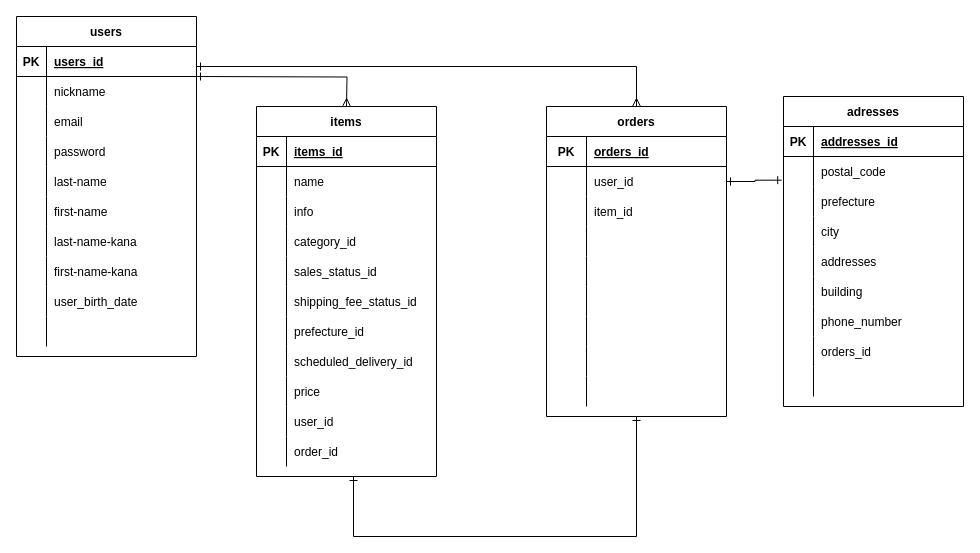
Earlier version of the draw.io diagram config/furima.dio (izmzmzmi/furima-kagawa2021-egsb). Source tidied: cells renumbered, new cells numbered last; positions are measured from the earlier drawing's top-left corner, leaving out a move shared by most shapes. Both pictures are drawn from the tidied source at 100%, with x=0, y=0 at pixel (16, 16).
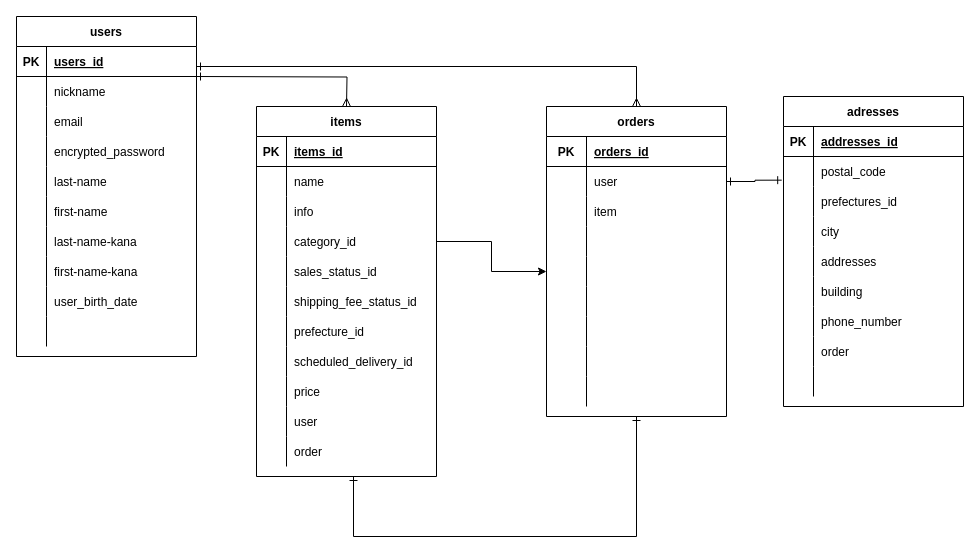
The same page after the edit.

Unchanged cells that the change refers to:
```xml
<mxCell id="6" style="shape=partialRectangle;fillColor=none;top=0;left=0;bottom=0;right=0;points=[[0,0.5],[1,0.5]];portConstraint=eastwest;" parent="2" vertex="1">
  <mxGeometry y="60" width="180" height="30" as="geometry" />
</mxCell>
<mxCell id="9" style="shape=partialRectangle;fillColor=none;top=0;left=0;bottom=0;right=0;" parent="2" vertex="1">
  <mxGeometry y="90" width="180" height="30" as="geometry" />
</mxCell>
<mxCell id="15" style="shape=partialRectangle;fillColor=none;top=0;left=0;bottom=0;right=0;points=[[0,0.5],[1,0.5]];portConstraint=eastwest;" parent="2" vertex="1">
  <mxGeometry y="150" width="180" height="30" as="geometry" />
</mxCell>
<mxCell id="40" style="shape=partialRectangle;fillColor=none;top=0;left=0;bottom=0;right=0;points=[[0,0.5],[1,0.5]];portConstraint=eastwest;" parent="30" vertex="1">
  <mxGeometry y="120" width="180" height="30" as="geometry" />
</mxCell>
<mxCell id="58" style="shape=partialRectangle;fillColor=none;top=0;left=0;bottom=0;right=0;" parent="30" vertex="1">
  <mxGeometry y="300" width="180" height="30" as="geometry" />
</mxCell>
<mxCell id="61" style="shape=partialRectangle;fillColor=none;top=0;left=0;bottom=0;right=0;" parent="30" vertex="1">
  <mxGeometry y="330" width="180" height="30" as="geometry" />
</mxCell>
<mxCell id="77" style="shape=partialRectangle;fillColor=none;top=0;left=0;bottom=0;right=0;" parent="67" vertex="1">
  <mxGeometry y="120" width="180" height="30" as="geometry" />
</mxCell>
<mxCell id="105" style="shape=partialRectangle;fillColor=none;top=0;left=0;bottom=0;right=0;" parent="98" vertex="1">
  <mxGeometry y="90" width="180" height="30" as="geometry" />
</mxCell>
<mxCell id="120" style="shape=partialRectangle;fillColor=none;top=0;left=0;bottom=0;right=0;" parent="98" vertex="1">
  <mxGeometry y="240" width="180" height="30" as="geometry" />
</mxCell>
```

The edit, as a diff of the source:
```diff
@@
-    <mxCell id="8" value="user_id" style="shape=partialRectangle;fillColor=none;top=0;left=0;bottom=0;right=0;align=left;spacingLeft=6;overflow=hidden;" parent="6" vertex="1">
+    <mxCell id="8" value="user" style="shape=partialRectangle;fillColor=none;top=0;left=0;bottom=0;right=0;align=left;spacingLeft=6;overflow=hidden;" parent="6" vertex="1">
       <mxGeometry x="40" width="140" height="30" as="geometry" />
     </mxCell>
@@
-    <mxCell id="11" value="item_id" style="shape=partialRectangle;fillColor=none;top=0;left=0;bottom=0;right=0;align=left;spacingLeft=6;overflow=hidden;" parent="9" vertex="1">
+    <mxCell id="11" value="item" style="shape=partialRectangle;fillColor=none;top=0;left=0;bottom=0;right=0;align=left;spacingLeft=6;overflow=hidden;" parent="9" vertex="1">
       <mxGeometry x="40" width="140" height="30" as="geometry" />
     </mxCell>
@@
-    <mxCell id="60" value="user_id" style="shape=partialRectangle;fillColor=none;top=0;left=0;bottom=0;right=0;align=left;spacingLeft=6;overflow=hidden;" parent="58" vertex="1">
+    <mxCell id="60" value="user" style="shape=partialRectangle;fillColor=none;top=0;left=0;bottom=0;right=0;align=left;spacingLeft=6;overflow=hidden;" parent="58" vertex="1">
       <mxGeometry x="30" width="150" height="30" as="geometry" />
     </mxCell>
@@
-    <mxCell id="63" value="order_id" style="shape=partialRectangle;fillColor=none;top=0;left=0;bottom=0;right=0;align=left;spacingLeft=6;overflow=hidden;" parent="61" vertex="1">
+    <mxCell id="63" value="order" style="shape=partialRectangle;fillColor=none;top=0;left=0;bottom=0;right=0;align=left;spacingLeft=6;overflow=hidden;" parent="61" vertex="1">
       <mxGeometry x="30" width="150" height="30" as="geometry" />
     </mxCell>
@@
-    <mxCell id="79" value="password" style="shape=partialRectangle;fillColor=none;top=0;left=0;bottom=0;right=0;align=left;spacingLeft=6;overflow=hidden;" parent="77" vertex="1">
+    <mxCell id="79" value="encrypted_password" style="shape=partialRectangle;fillColor=none;top=0;left=0;bottom=0;right=0;align=left;spacingLeft=6;overflow=hidden;" parent="77" vertex="1">
       <mxGeometry x="30" width="150" height="30" as="geometry" />
     </mxCell>
@@
-    <mxCell id="107" value="prefecture" style="shape=partialRectangle;fillColor=none;top=0;left=0;bottom=0;right=0;align=left;spacingLeft=6;overflow=hidden;" parent="105" vertex="1">
+    <mxCell id="107" value="prefectures_id" style="shape=partialRectangle;fillColor=none;top=0;left=0;bottom=0;right=0;align=left;spacingLeft=6;overflow=hidden;" parent="105" vertex="1">
       <mxGeometry x="30" width="150" height="30" as="geometry" />
     </mxCell>
@@
-    <mxCell id="122" value="orders_id" style="shape=partialRectangle;fillColor=none;top=0;left=0;bottom=0;right=0;align=left;spacingLeft=6;overflow=hidden;" parent="120" vertex="1">
+    <mxCell id="122" value="order" style="shape=partialRectangle;fillColor=none;top=0;left=0;bottom=0;right=0;align=left;spacingLeft=6;overflow=hidden;" parent="120" vertex="1">
       <mxGeometry x="30" width="150" height="30" as="geometry" />
     </mxCell>
@@
+    <mxCell id="127" style="edgeStyle=orthogonalEdgeStyle;rounded=0;jettySize=auto;html=1;" parent="1" edge="1" source="40" target="15">
+      <mxGeometry relative="1" as="geometry" />
+    </mxCell>
```
